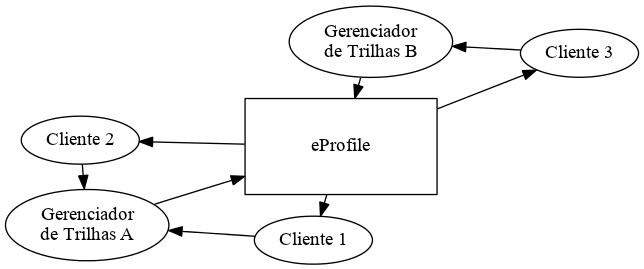
Earlier version of the Graphviz export academia/dissertacao/graficos/modelo2.png (andrenho/andrenho). Its source is kept beside it as academia/dissertacao/graficos/modelo2.dot. Source of this version:
```dot
digraph modelo2 {

  layout = fdp;
  sep = 0.25;

  eProfile [shape=box,width=2,height=1];

  "Cliente 1" -> "Gerenciador\nde Trilhas A";
  "Cliente 2" -> "Gerenciador\nde Trilhas A";
  "Cliente 3" -> "Gerenciador\nde Trilhas B";
  "Gerenciador\nde Trilhas A" -> eProfile;
  "Gerenciador\nde Trilhas B" -> eProfile;
  eProfile -> "Cliente 1";
  eProfile -> "Cliente 2";
  eProfile -> "Cliente 3";

  fontsize = 12;

  rankdir = LR;

}
```
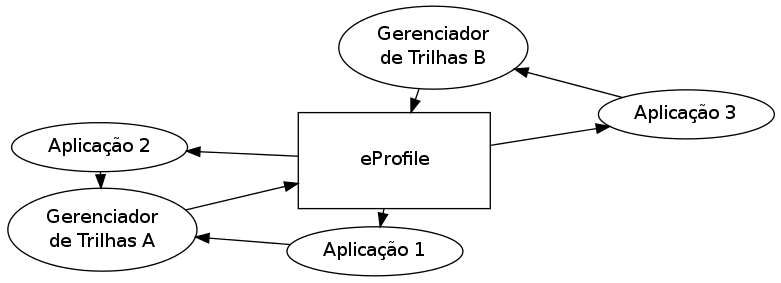
After the change.

Diff of the diagram source:
```diff
@@ -5,14 +5,14 @@
 
   eProfile [shape=box,width=2,height=1];
 
-  "Cliente 1" -> "Gerenciador\nde Trilhas A";
-  "Cliente 2" -> "Gerenciador\nde Trilhas A";
-  "Cliente 3" -> "Gerenciador\nde Trilhas B";
+  "Aplicação 1" -> "Gerenciador\nde Trilhas A";
+  "Aplicação 2" -> "Gerenciador\nde Trilhas A";
+  "Aplicação 3" -> "Gerenciador\nde Trilhas B";
   "Gerenciador\nde Trilhas A" -> eProfile;
   "Gerenciador\nde Trilhas B" -> eProfile;
-  eProfile -> "Cliente 1";
-  eProfile -> "Cliente 2";
-  eProfile -> "Cliente 3";
+  eProfile -> "Aplicação 1";
+  eProfile -> "Aplicação 2";
+  eProfile -> "Aplicação 3";
 
   fontsize = 12;
 
```
